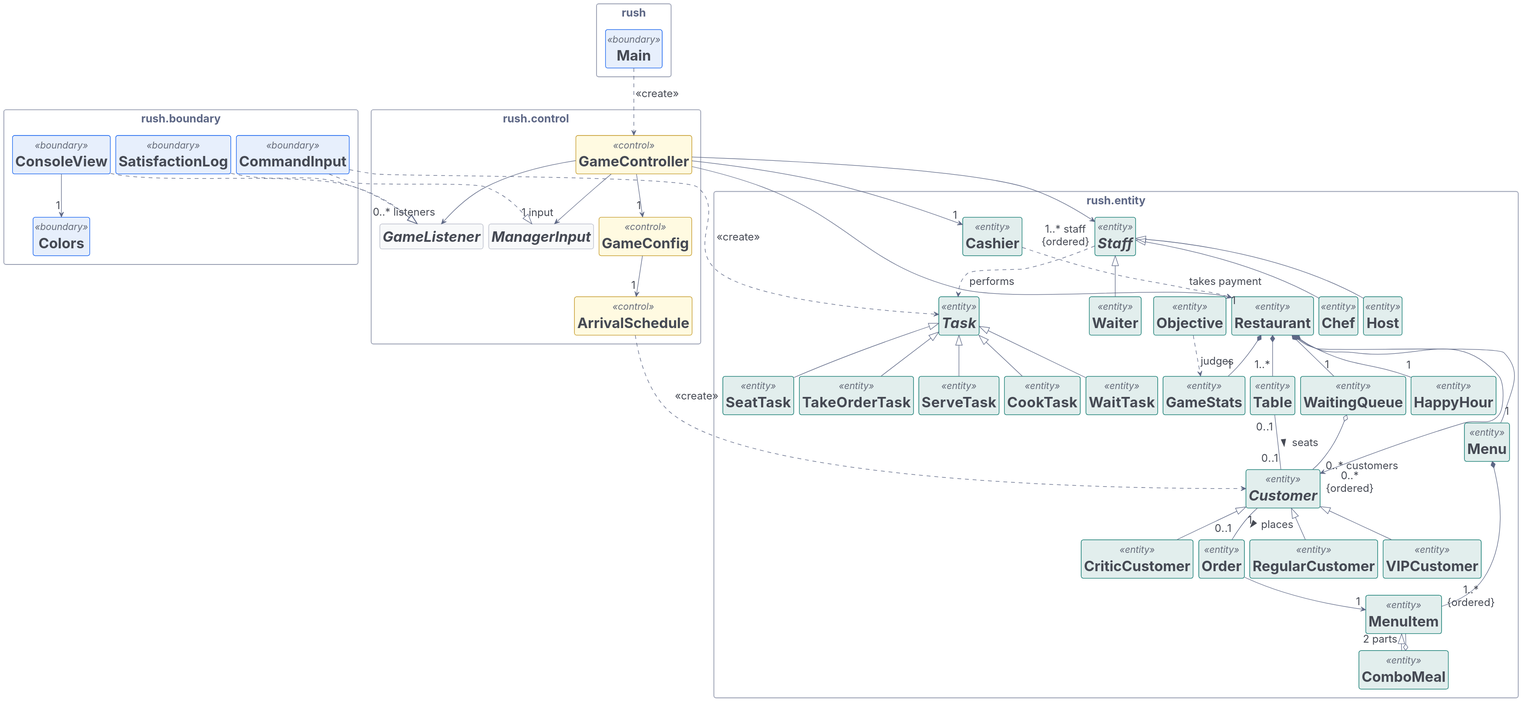
Before: docs/uml/class-overview.svg, a diagram exported from PlantUML (edwardlaiyc/SC2302-TAIS1). The source it was exported from:
```plantuml
@startuml
!include theme.puml
hide circle
set separator none
hide members
hide <<enumeration>> members
skinparam nodesep 10
skinparam ranksep 30
skinparam defaultFontSize 20
skinparam ArrowFontSize 19
skinparam class {
  FontSize 26
  StereotypeFontSize 17
}
skinparam package {
  FontSize 20
}

package "rush" {
  class Main <<boundary>>
}

package "rush.boundary" {
  class ConsoleView <<boundary>>
  class CommandInput <<boundary>>
  class SatisfactionLog <<boundary>>
  class Colors <<boundary>>
}

package "rush.control" {
  class GameController <<control>>
  class GameConfig <<control>>
  class ArrivalSchedule <<control>>
  interface ManagerInput
  interface GameListener
}

package "rush.entity" {
  class Restaurant <<entity>>
  class Table <<entity>>
  class WaitingQueue <<entity>>
  class HappyHour <<entity>>
  class GameStats <<entity>>
  class Objective <<entity>>
  abstract class Customer <<entity>>
  class RegularCustomer <<entity>>
  class VIPCustomer <<entity>>
  class CriticCustomer <<entity>>
  class Order <<entity>>
  class Menu <<entity>>
  class MenuItem <<entity>>
  class ComboMeal <<entity>>
  abstract class Staff <<entity>>
  class Host <<entity>>
  class Waiter <<entity>>
  class Chef <<entity>>
  class Cashier <<entity>>
  abstract class Task <<entity>>
  class SeatTask <<entity>>
  class TakeOrderTask <<entity>>
  class ServeTask <<entity>>
  class CookTask <<entity>>
  class WaitTask <<entity>>
}

Main ..> GameController : <<create>>
ConsoleView ..|> GameListener
SatisfactionLog ..|> GameListener
CommandInput ..|> ManagerInput
ConsoleView --> "1" Colors
CommandInput ..> Task : <<create>>

GameController --> "1" GameConfig
GameController --> "1 input" ManagerInput
GameController --> "0..* listeners" GameListener
GameController --> "1" Restaurant
GameController --> "1..* staff\n{ordered}" Staff
GameController --> "1" Cashier
GameConfig --> "1" ArrivalSchedule
ArrivalSchedule ..> Customer : <<create>>

Restaurant *-- "1..*" Table
Restaurant *-- "1" WaitingQueue
Restaurant *-- "1" HappyHour
Restaurant *-- "1" GameStats
Restaurant o-- "1" Menu
Restaurant --> "0..* customers" Customer
WaitingQueue o-- "0..*\n{ordered}" Customer
Table "0..1" -- "0..1" Customer : seats >
Customer "1" -- "0..1" Order : places >
Order --> "1" MenuItem
Menu *-- "1..*\n{ordered}" MenuItem
Objective ..> GameStats : judges

Customer <|-- RegularCustomer
Customer <|-- VIPCustomer
Customer <|-- CriticCustomer
MenuItem <|-- ComboMeal
ComboMeal o-- "2 parts" MenuItem

Staff <|-- Host
Staff <|-- Waiter
Staff <|-- Chef
Staff ..> Task : performs
Task <|-- SeatTask
Task <|-- TakeOrderTask
Task <|-- ServeTask
Task <|-- CookTask
Task <|-- WaitTask
Cashier ..> Restaurant : takes payment
@enduml
```
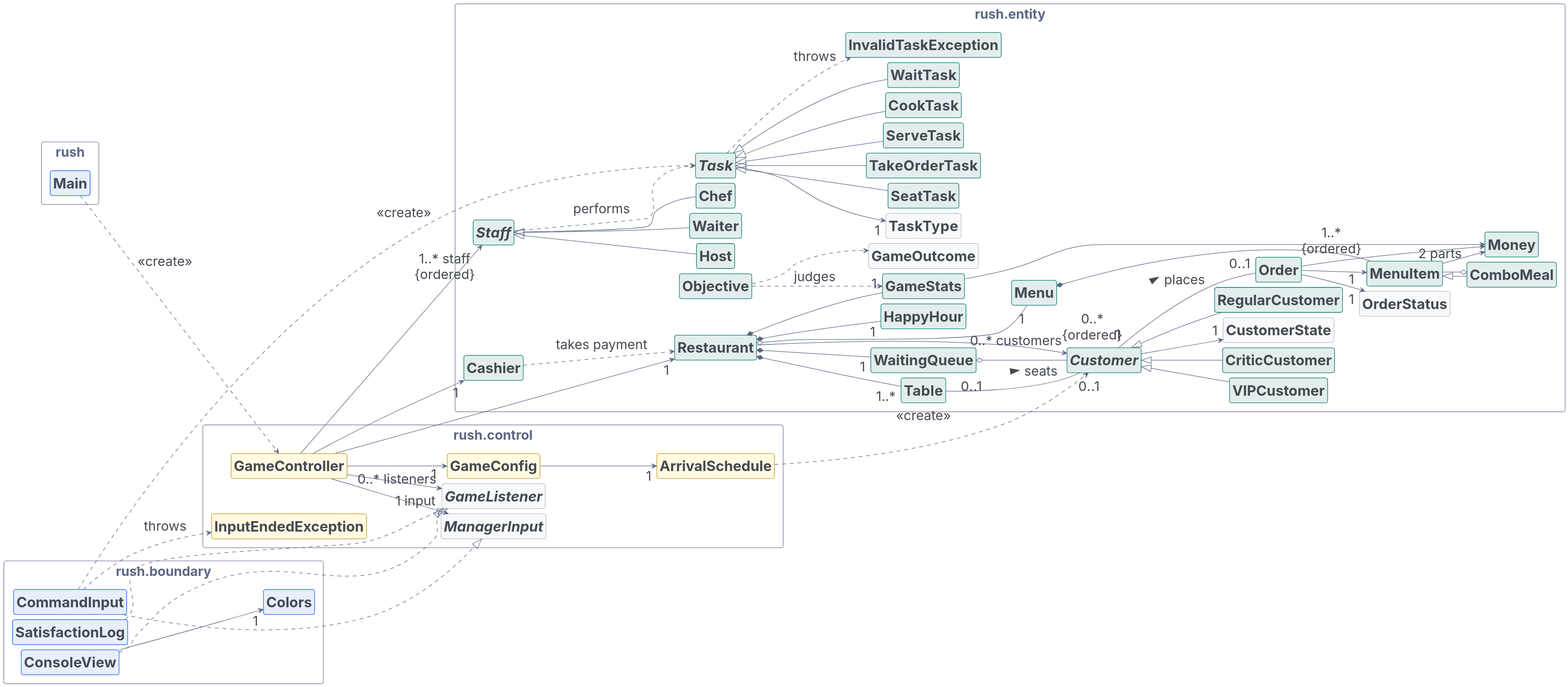
After the change.

Change to the diagram source:
```diff
@@ -1,19 +1,21 @@
 @startuml
 !include theme.puml
+left to right direction
 hide circle
+hide stereotype
 set separator none
 hide members
 hide <<enumeration>> members
 skinparam nodesep 10
 skinparam ranksep 30
 skinparam defaultFontSize 20
-skinparam ArrowFontSize 19
+skinparam ArrowFontSize 24
 skinparam class {
   FontSize 26
   StereotypeFontSize 17
 }
 skinparam package {
-  FontSize 20
+  FontSize 24
 }
 
 package "rush" {
@@ -33,6 +35,7 @@
   class ArrivalSchedule <<control>>
   interface ManagerInput
   interface GameListener
+  class InputEndedException <<control>>
 }
 
 package "rush.entity" {
@@ -61,6 +64,12 @@
   class ServeTask <<entity>>
   class CookTask <<entity>>
   class WaitTask <<entity>>
+  class Money <<entity>>
+  class InvalidTaskException <<entity>>
+  enum CustomerState <<enumeration>>
+  enum OrderStatus <<enumeration>>
+  enum TaskType <<enumeration>>
+  enum GameOutcome <<enumeration>>
 }
 
 Main ..> GameController : <<create>>
@@ -108,4 +117,14 @@
 Task <|-- CookTask
 Task <|-- WaitTask
 Cashier ..> Restaurant : takes payment
+
+MenuItem --> Money
+Order --> Money
+GameStats --> Money
+Customer --> "1" CustomerState
+Order --> "1" OrderStatus
+Task --> "1" TaskType
+Objective ..> GameOutcome
+Task ..> InvalidTaskException : throws
+CommandInput ..> InputEndedException : throws
 @enduml
```
